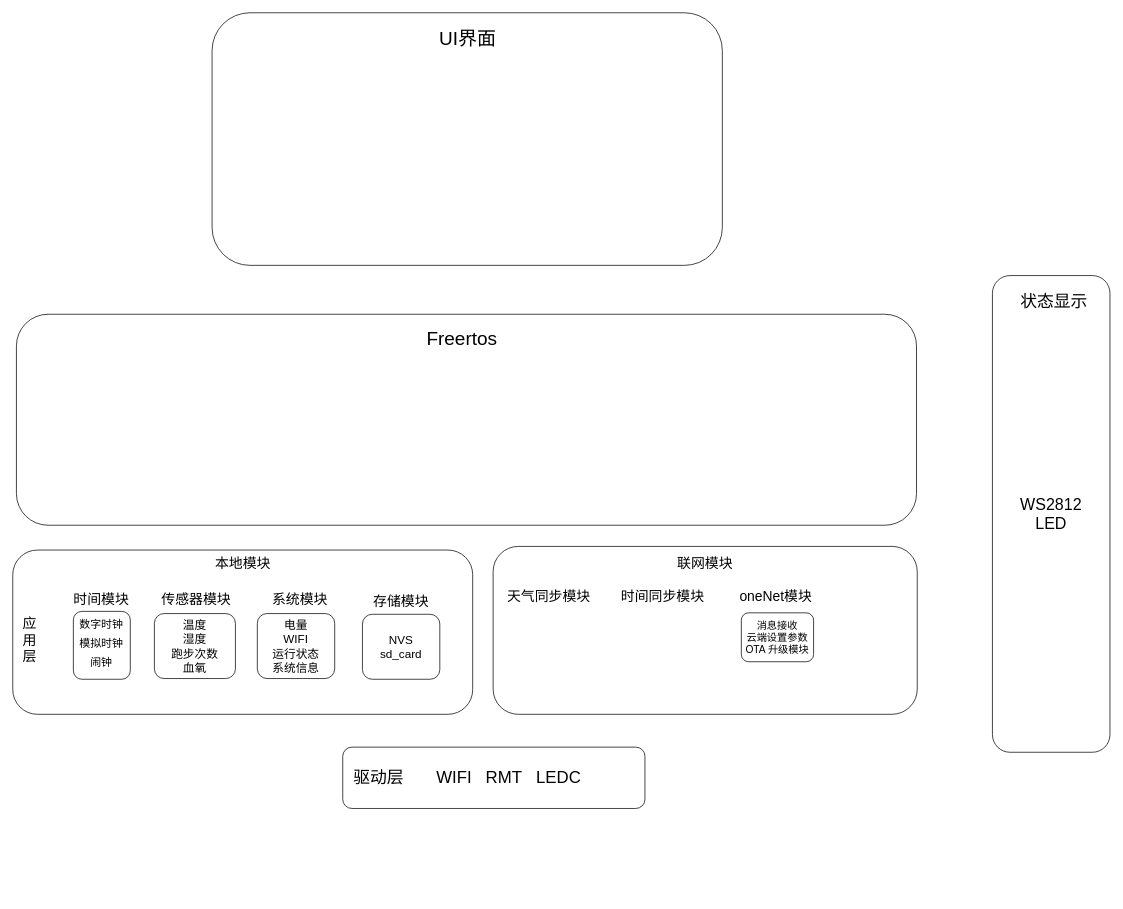
This is Decision_Log/design_concept/ESP32_WATCH_IOT_diagram.drawio from KatagiriNanase/ESP32_WATCH_IOT, a draw.io file, before an edit. Source tidied: cells renumbered, new cells numbered last; positions are measured from the earlier drawing's top-left corner, leaving out a move shared by most shapes. Both pictures are drawn from the tidied source at 73%, with x=0, y=0 at pixel (12, 12).
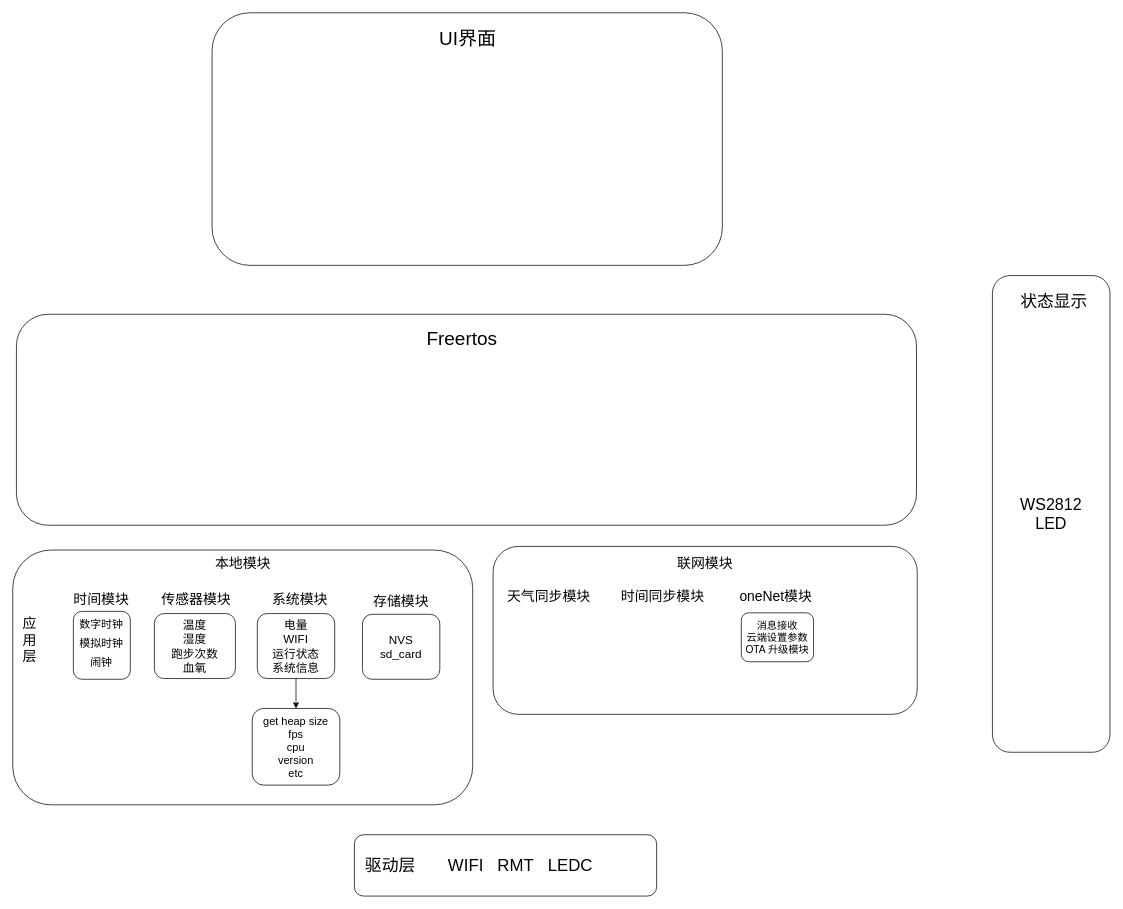
After the change.

Unchanged cells that the change refers to:
```xml
<mxCell id="14" value="&lt;span style=&quot;font-size: 16px;&quot;&gt;电量&lt;/span&gt;&lt;div&gt;&lt;span style=&quot;font-size: 16px;&quot;&gt;WIFI&lt;/span&gt;&lt;/div&gt;&lt;div&gt;&lt;span style=&quot;font-size: 16px;&quot;&gt;运行状态&lt;/span&gt;&lt;/div&gt;&lt;div&gt;&lt;span style=&quot;font-size: 16px;&quot;&gt;系统信息&lt;/span&gt;&lt;/div&gt;" style="rounded=1;whiteSpace=wrap;html=1;fillColor=none;" parent="1" vertex="1">
  <mxGeometry x="335" y="823" width="106" height="89" as="geometry" />
</mxCell>
```

The edit, as a diff of the source:
```diff
@@
     <mxCell id="2" style="rounded=1;whiteSpace=wrap;html=1;" parent="1" vertex="1">
-      <mxGeometry y="736" width="630" height="225" as="geometry" />
+      <mxGeometry y="736" width="630" height="349" as="geometry" />
     </mxCell>
@@
+    <mxCell id="29" style="edgeStyle=orthogonalEdgeStyle;rounded=0;jettySize=auto;html=1;" parent="1" edge="1" source="14" target="30">
+      <mxGeometry relative="1" as="geometry" />
+    </mxCell>
@@
     <mxCell id="19" value="&lt;font style=&quot;font-size: 23px;&quot;&gt;&amp;nbsp; 驱动层&amp;nbsp; &amp;nbsp; &amp;nbsp; &amp;nbsp;WIFI&amp;nbsp; &amp;nbsp;RMT&amp;nbsp; &amp;nbsp;LEDC&amp;nbsp;&lt;/font&gt;" style="rounded=1;whiteSpace=wrap;html=1;align=left;" parent="1" vertex="1">
-      <mxGeometry x="452" y="1006" width="414" height="84" as="geometry" />
+      <mxGeometry x="468" y="1126" width="414" height="84" as="geometry" />
     </mxCell>
@@
+    <mxCell id="30" value="&lt;font style=&quot;font-size: 15px;&quot;&gt;get heap size&lt;/font&gt;&lt;div&gt;&lt;font style=&quot;font-size: 15px;&quot;&gt;fps&lt;/font&gt;&lt;/div&gt;&lt;div&gt;&lt;font style=&quot;font-size: 15px;&quot;&gt;cpu&lt;/font&gt;&lt;/div&gt;&lt;div&gt;&lt;font style=&quot;font-size: 15px;&quot;&gt;version&lt;/font&gt;&lt;/div&gt;&lt;div&gt;&lt;font style=&quot;font-size: 15px;&quot;&gt;etc&lt;/font&gt;&lt;/div&gt;" style="whiteSpace=wrap;html=1;fillColor=none;rounded=1;" parent="1" vertex="1">
+      <mxGeometry x="328" y="953" width="120" height="105" as="geometry" />
+    </mxCell>
```
